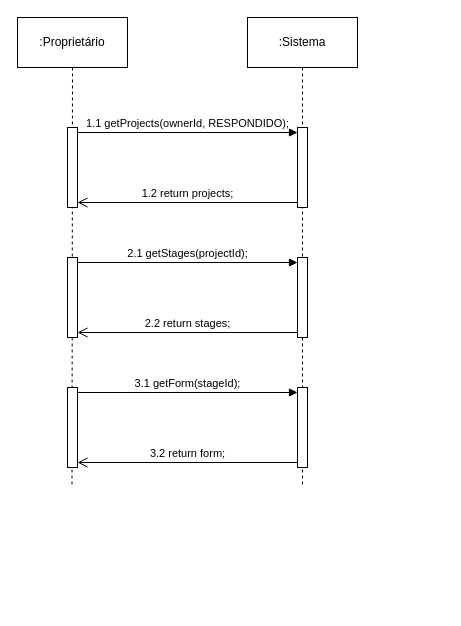
This is Trabalho final/5 - DSS/5 - Ver feedback formulário.drawio from ViniciusKurek/CalculadoraAPS, a draw.io file, before an edit. Source tidied: cells renumbered, new cells numbered last; positions are measured from the earlier drawing's top-left corner, leaving out a move shared by most shapes. Both pictures are drawn from the tidied source at 100%, with x=0, y=0 at pixel (17, 17).
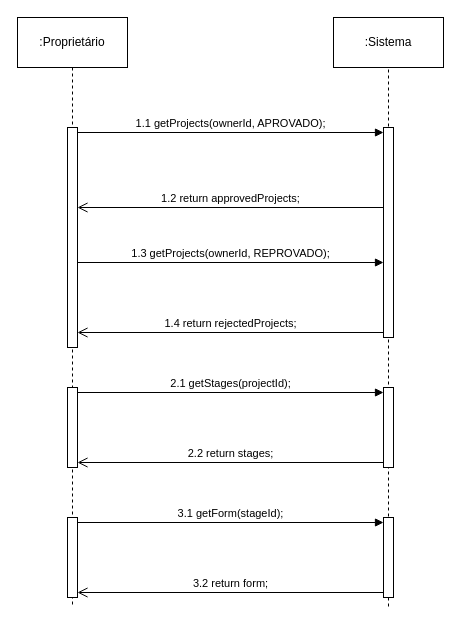
The same diagram, later.

Unchanged cells that the change refers to:
```xml
<mxCell id="3" value=":Proprietário" style="html=1;whiteSpace=wrap;" parent="1" vertex="1">
  <mxGeometry width="110" height="50" as="geometry" />
</mxCell>
```

The edit, as a diff of the source:
```diff
@@
     <mxCell id="2" style="edgeStyle=orthogonalEdgeStyle;rounded=0;jettySize=auto;html=1;endArrow=none;endFill=0;dashed=1;exitX=0.5;exitY=1;exitDx=0;exitDy=0;" parent="1" edge="1" source="3">
       <mxGeometry relative="1" as="geometry">
-        <mxPoint x="54.5" y="470" as="targetPoint" />
+        <mxPoint x="55" y="590" as="targetPoint" />
       </mxGeometry>
     </mxCell>
@@
-    <mxCell id="4" style="edgeStyle=orthogonalEdgeStyle;rounded=0;jettySize=auto;html=1;dashed=1;endArrow=none;endFill=0;" parent="1" edge="1" source="5">
+    <mxCell id="4" style="edgeStyle=orthogonalEdgeStyle;rounded=0;orthogonalLoop=1;jettySize=auto;html=1;dashed=1;endArrow=none;endFill=0;" parent="1" edge="1">
       <mxGeometry relative="1" as="geometry">
-        <mxPoint x="285" y="470" as="targetPoint" />
+        <mxPoint x="371" y="40" as="sourcePoint" />
+        <mxPoint x="371" y="590" as="targetPoint" />
       </mxGeometry>
     </mxCell>
     <mxCell id="5" value=":Sistema" style="html=1;whiteSpace=wrap;" parent="1" vertex="1">
-      <mxGeometry x="230" width="110" height="50" as="geometry" />
+      <mxGeometry x="316" width="110" height="50" as="geometry" />
     </mxCell>
     <mxCell id="6" style="html=1;points=[[0,0,0,0,5],[0,1,0,0,-5],[1,0,0,0,5],[1,1,0,0,-5]];perimeter=orthogonalPerimeter;outlineConnect=0;targetShapes=umlLifeline;portConstraint=eastwest;newEdgeStyle={&quot;curved&quot;:0,&quot;rounded&quot;:0};" parent="1" vertex="1">
-      <mxGeometry x="280" y="110" width="10" height="80" as="geometry" />
+      <mxGeometry x="366" y="110" width="10" height="210" as="geometry" />
     </mxCell>
-    <mxCell id="7" value="1.1 getProjects(ownerId, RESPONDIDO);" style="html=1;verticalAlign=bottom;endArrow=block;curved=0;rounded=0;entryX=0;entryY=0;entryDx=0;entryDy=5;exitX=1;exitY=0;exitDx=0;exitDy=5;exitPerimeter=0;" parent="1" edge="1" source="9" target="6">
+    <mxCell id="7" value="1.1 getProjects(ownerId, APROVADO);" style="html=1;verticalAlign=bottom;endArrow=block;curved=0;rounded=0;entryX=0;entryY=0;entryDx=0;entryDy=5;exitX=1;exitY=0;exitDx=0;exitDy=5;exitPerimeter=0;" parent="1" edge="1" source="9" target="6">
       <mxGeometry relative="1" as="geometry" />
     </mxCell>
-    <mxCell id="8" value="1.2 return projects;" style="html=1;verticalAlign=bottom;endArrow=open;endSize=8;curved=0;rounded=0;exitX=0;exitY=1;exitDx=0;exitDy=-5;entryX=1;entryY=1;entryDx=0;entryDy=-5;entryPerimeter=0;" parent="1" edge="1" source="6" target="9">
-      <mxGeometry relative="1" as="geometry" />
+    <mxCell id="8" value="1.2 return approvedProjects;" style="html=1;verticalAlign=bottom;endArrow=open;endSize=8;curved=0;rounded=0;exitX=0;exitY=1;exitDx=0;exitDy=-5;" parent="1" edge="1">
+      <mxGeometry relative="1" as="geometry">
+        <mxPoint x="366" y="190" as="sourcePoint" />
+        <mxPoint x="60" y="190" as="targetPoint" />
+      </mxGeometry>
     </mxCell>
     <mxCell id="9" style="html=1;points=[[0,0,0,0,5],[0,1,0,0,-5],[1,0,0,0,5],[1,1,0,0,-5]];perimeter=orthogonalPerimeter;outlineConnect=0;targetShapes=umlLifeline;portConstraint=eastwest;newEdgeStyle={&quot;curved&quot;:0,&quot;rounded&quot;:0};" parent="1" vertex="1">
-      <mxGeometry x="50" y="110" width="10" height="80" as="geometry" />
+      <mxGeometry x="50" y="110" width="10" height="220" as="geometry" />
     </mxCell>
     <mxCell id="10" style="html=1;points=[[0,0,0,0,5],[0,1,0,0,-5],[1,0,0,0,5],[1,1,0,0,-5]];perimeter=orthogonalPerimeter;outlineConnect=0;targetShapes=umlLifeline;portConstraint=eastwest;newEdgeStyle={&quot;curved&quot;:0,&quot;rounded&quot;:0};" parent="1" vertex="1">
-      <mxGeometry x="280" y="240" width="10" height="80" as="geometry" />
+      <mxGeometry x="366" y="370" width="10" height="80" as="geometry" />
     </mxCell>
@@
     <mxCell id="13" style="html=1;points=[[0,0,0,0,5],[0,1,0,0,-5],[1,0,0,0,5],[1,1,0,0,-5]];perimeter=orthogonalPerimeter;outlineConnect=0;targetShapes=umlLifeline;portConstraint=eastwest;newEdgeStyle={&quot;curved&quot;:0,&quot;rounded&quot;:0};" parent="1" vertex="1">
-      <mxGeometry x="50" y="240" width="10" height="80" as="geometry" />
+      <mxGeometry x="50" y="370" width="10" height="80" as="geometry" />
     </mxCell>
     <mxCell id="14" style="html=1;points=[[0,0,0,0,5],[0,1,0,0,-5],[1,0,0,0,5],[1,1,0,0,-5]];perimeter=orthogonalPerimeter;outlineConnect=0;targetShapes=umlLifeline;portConstraint=eastwest;newEdgeStyle={&quot;curved&quot;:0,&quot;rounded&quot;:0};" parent="1" vertex="1">
-      <mxGeometry x="280" y="370" width="10" height="80" as="geometry" />
+      <mxGeometry x="366" y="500" width="10" height="80" as="geometry" />
     </mxCell>
@@
     <mxCell id="17" style="html=1;points=[[0,0,0,0,5],[0,1,0,0,-5],[1,0,0,0,5],[1,1,0,0,-5]];perimeter=orthogonalPerimeter;outlineConnect=0;targetShapes=umlLifeline;portConstraint=eastwest;newEdgeStyle={&quot;curved&quot;:0,&quot;rounded&quot;:0};" parent="1" vertex="1">
-      <mxGeometry x="50" y="370" width="10" height="80" as="geometry" />
+      <mxGeometry x="50" y="500" width="10" height="80" as="geometry" />
     </mxCell>
+    <mxCell id="18" value="1.3 getProjects(ownerId, REPROVADO);" style="html=1;verticalAlign=bottom;endArrow=block;curved=0;rounded=0;entryX=0;entryY=0;entryDx=0;entryDy=5;exitX=1;exitY=0;exitDx=0;exitDy=5;exitPerimeter=0;" parent="1" edge="1">
+      <mxGeometry relative="1" as="geometry">
+        <mxPoint x="60" y="245" as="sourcePoint" />
+        <mxPoint x="366" y="245" as="targetPoint" />
+      </mxGeometry>
+    </mxCell>
+    <mxCell id="19" value="1.4 return rejectedProjects;" style="html=1;verticalAlign=bottom;endArrow=open;endSize=8;curved=0;rounded=0;exitX=0;exitY=1;exitDx=0;exitDy=-5;entryX=1;entryY=1;entryDx=0;entryDy=-5;entryPerimeter=0;" parent="1" edge="1">
+      <mxGeometry relative="1" as="geometry">
+        <mxPoint x="366" y="315" as="sourcePoint" />
+        <mxPoint x="60" y="315" as="targetPoint" />
+      </mxGeometry>
+    </mxCell>
```
